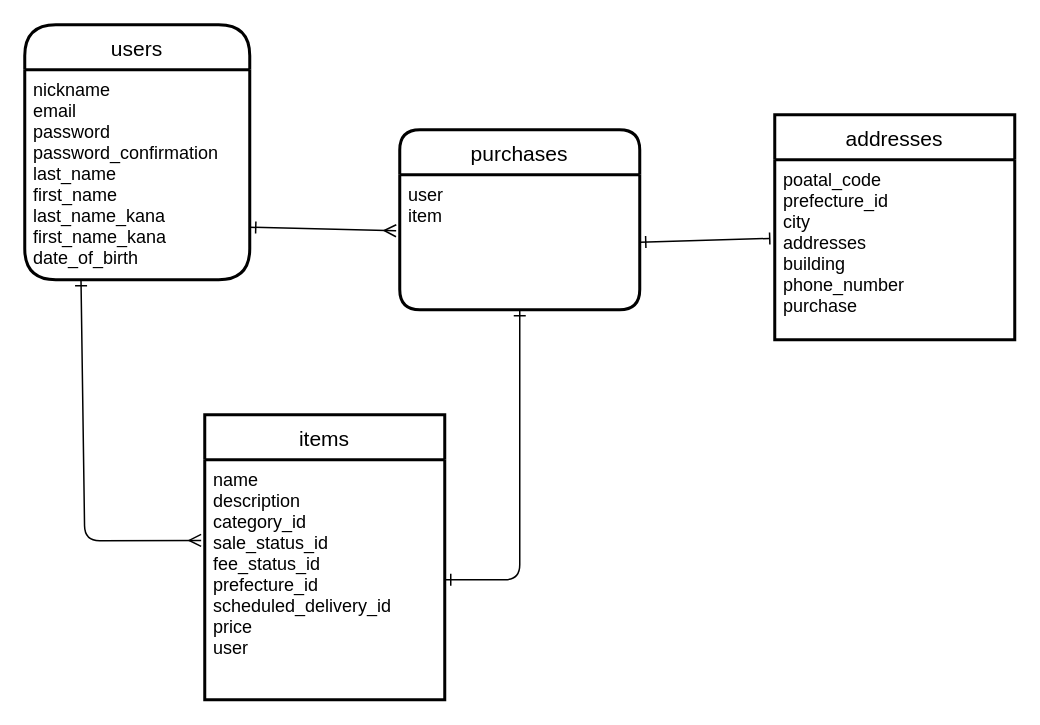
This is ER.dio from tectoshi/furima-38678, a draw.io file, before an edit. Source tidied: cells renumbered, new cells numbered last; positions are measured from the earlier drawing's top-left corner, leaving out a move shared by most shapes. Both pictures are drawn from the tidied source at 150%, with x=0, y=0 at pixel (24, 24).
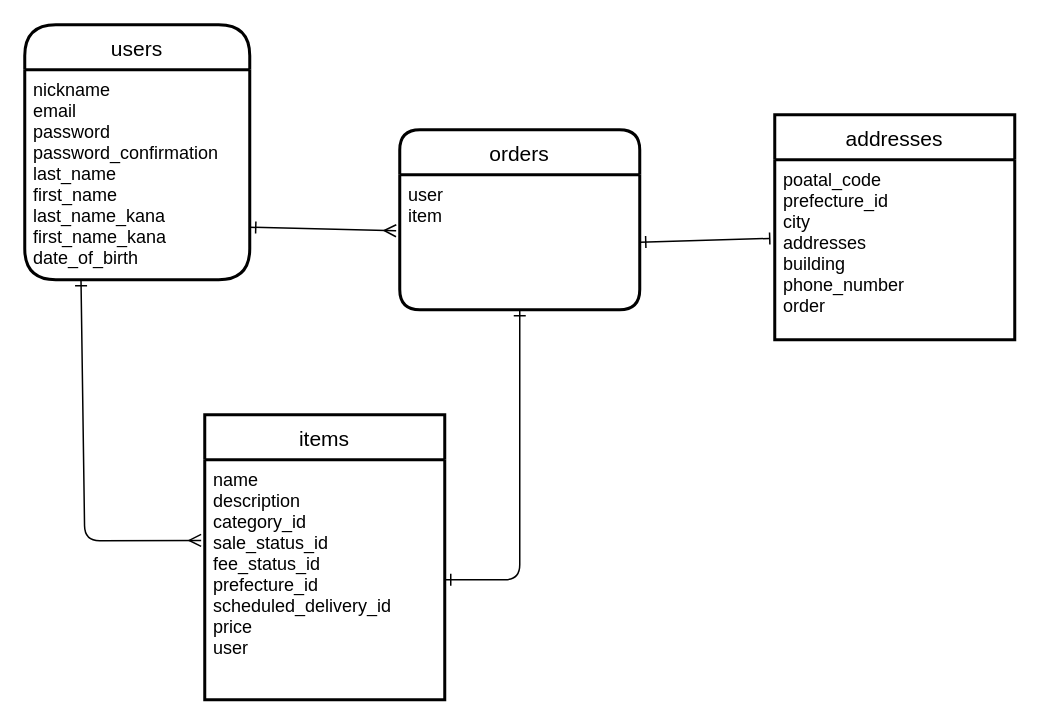
The same diagram, later.

Change to the diagram source:
```diff
@@
 <mxGraphModel>
   <root>
     <mxCell id="0" />
     <mxCell id="1" parent="0" />
     <mxCell id="2" value="users" style="swimlane;horizontal=1;startSize=30;rounded=1;fontSize=14;fontStyle=0;strokeWidth=2;shadow=0;dashed=0;align=center;arcSize=23;" parent="1" vertex="1">
       <mxGeometry width="150" height="170" as="geometry" />
     </mxCell>
     <mxCell id="3" value="nickname&#10;email&#10;password&#10;password_confirmation&#10;last_name&#10;first_name&#10;last_name_kana&#10;first_name_kana&#10;date_of_birth" style="align=left;strokeColor=none;fillColor=none;spacingLeft=4;fontSize=12;verticalAlign=top;" parent="2" vertex="1">
       <mxGeometry y="30" width="150" height="140" as="geometry" />
     </mxCell>
     <mxCell id="4" value="items" style="swimlane;horizontal=1;startSize=30;rounded=1;fontSize=14;fontStyle=0;strokeWidth=2;shadow=0;dashed=0;align=center;arcSize=0;" parent="1" vertex="1">
       <mxGeometry x="120" y="260" width="160" height="190" as="geometry" />
     </mxCell>
     <mxCell id="5" value="name&#10;description&#10;category_id&#10;sale_status_id&#10;fee_status_id&#10;prefecture_id&#10;scheduled_delivery_id&#10;price&#10;user" style="align=left;strokeColor=none;fillColor=none;spacingLeft=4;fontSize=12;verticalAlign=top;" parent="4" vertex="1">
       <mxGeometry y="30" width="160" height="160" as="geometry" />
     </mxCell>
-    <mxCell id="6" value="purchases" style="swimlane;horizontal=1;startSize=30;rounded=1;fontSize=14;fontStyle=0;strokeWidth=2;shadow=0;dashed=0;align=center;" parent="1" vertex="1">
+    <mxCell id="6" value="orders" style="swimlane;horizontal=1;startSize=30;rounded=1;fontSize=14;fontStyle=0;strokeWidth=2;shadow=0;dashed=0;align=center;" parent="1" vertex="1">
       <mxGeometry x="250" y="70" width="160" height="120" as="geometry" />
     </mxCell>
     <mxCell id="7" value="user&#10;item" style="align=left;strokeColor=none;fillColor=none;spacingLeft=4;fontSize=12;verticalAlign=top;" parent="6" vertex="1">
       <mxGeometry y="30" width="160" height="90" as="geometry" />
     </mxCell>
     <mxCell id="8" value="addresses" style="swimlane;horizontal=1;startSize=30;rounded=1;fontSize=14;fontStyle=0;strokeWidth=2;shadow=0;dashed=0;align=center;arcSize=0;" parent="1" vertex="1">
       <mxGeometry x="500" y="60" width="160" height="150" as="geometry" />
     </mxCell>
-    <mxCell id="9" value="poatal_code&#10;prefecture_id&#10;city&#10;addresses&#10;building&#10;phone_number&#10;purchase" style="align=left;strokeColor=none;fillColor=none;spacingLeft=4;fontSize=12;verticalAlign=top;" parent="8" vertex="1">
+    <mxCell id="9" value="poatal_code&#10;prefecture_id&#10;city&#10;addresses&#10;building&#10;phone_number&#10;order" style="align=left;strokeColor=none;fillColor=none;spacingLeft=4;fontSize=12;verticalAlign=top;" parent="8" vertex="1">
       <mxGeometry y="30" width="160" height="120" as="geometry" />
     </mxCell>
     <mxCell id="10" style="edgeStyle=none;html=1;exitX=0.25;exitY=1;exitDx=0;exitDy=0;entryX=-0.015;entryY=0.336;entryDx=0;entryDy=0;entryPerimeter=0;endArrow=ERmany;endFill=0;startArrow=ERone;startFill=0;" parent="1" edge="1" source="3" target="5">
       <mxGeometry relative="1" as="geometry">
         <Array as="points">
           <mxPoint x="40" y="344" />
         </Array>
       </mxGeometry>
     </mxCell>
     <mxCell id="11" style="edgeStyle=none;html=1;exitX=1;exitY=0.75;exitDx=0;exitDy=0;entryX=-0.015;entryY=0.415;entryDx=0;entryDy=0;entryPerimeter=0;startArrow=ERone;startFill=0;endArrow=ERmany;endFill=0;" parent="1" edge="1" source="3" target="7">
       <mxGeometry relative="1" as="geometry" />
     </mxCell>
     <mxCell id="12" style="edgeStyle=none;html=1;exitX=1;exitY=0.5;exitDx=0;exitDy=0;entryX=-0.021;entryY=0.437;entryDx=0;entryDy=0;entryPerimeter=0;startArrow=ERone;startFill=0;endArrow=baseDash;endFill=0;" parent="1" edge="1" source="7" target="9">
       <mxGeometry relative="1" as="geometry" />
     </mxCell>
     <mxCell id="13" style="edgeStyle=none;html=1;exitX=1;exitY=0.5;exitDx=0;exitDy=0;endArrow=ERone;endFill=0;startArrow=ERone;startFill=0;" parent="1" edge="1" source="5" target="7">
       <mxGeometry relative="1" as="geometry">
         <Array as="points">
           <mxPoint x="330" y="370" />
         </Array>
       </mxGeometry>
     </mxCell>
   </root>
 </mxGraphModel>
```
